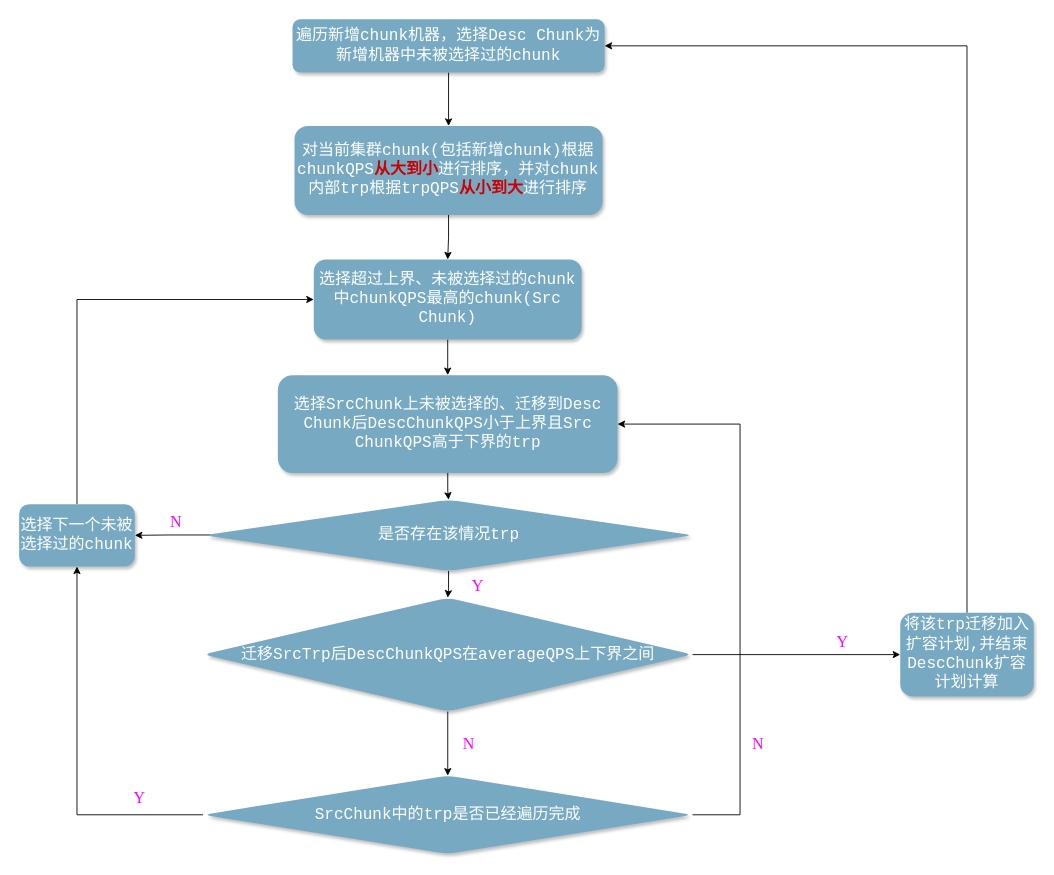
SoraNimi/lbs-master keeps this draw.io diagram as page "TRP扩容New" (4 of 15) of Untitled Diagram.drawio. Above is the earlier version. Source tidied: cells renumbered, new cells numbered last; positions are measured from the earlier drawing's top-left corner, leaving out a move shared by most shapes. Both pictures are drawn from the tidied source at 89%, with x=0, y=0 at pixel (19, 19).
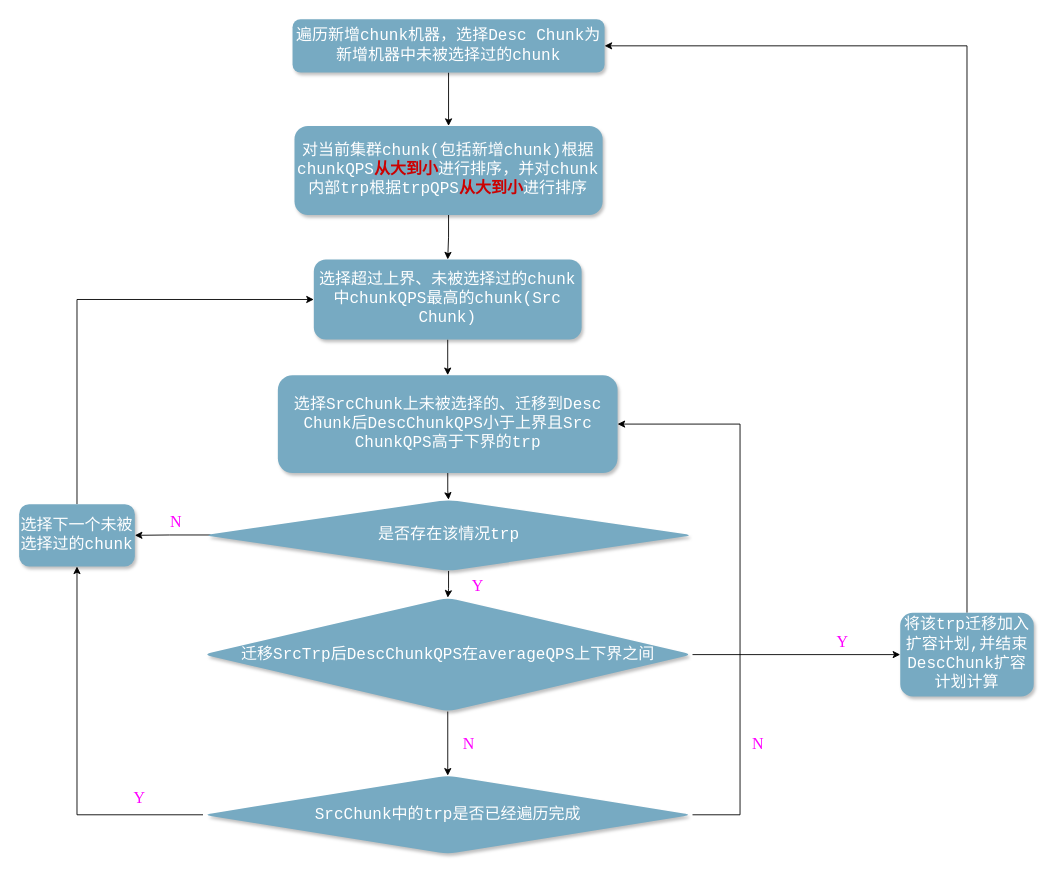
Above is the later version.

The edit, as a diff of the source:
```diff
@@
-    <mxCell id="3" value="&lt;span style=&quot;font-size: 18px&quot;&gt;对当前集群chunk(包括新增chunk)根据chunkQPS&lt;/span&gt;&lt;b style=&quot;font-size: 18px&quot;&gt;&lt;font color=&quot;#cc0000&quot;&gt;从大到小&lt;/font&gt;&lt;/b&gt;&lt;span style=&quot;font-size: 18px&quot;&gt;进行排序，并对chunk内部trp根据trpQPS&lt;/span&gt;&lt;font color=&quot;#cc0000&quot; style=&quot;font-size: 18px&quot;&gt;&lt;b&gt;从小到大&lt;/b&gt;&lt;/font&gt;&lt;span style=&quot;font-size: 18px&quot;&gt;进行排序&lt;/span&gt;" style="rounded=1;whiteSpace=wrap;html=1;fillColor=#77aac2;strokeColor=none;shadow=1;glass=0;comic=0;gradientColor=none;fontFamily=Courier New;fontColor=#FFFFFF;" parent="1" vertex="1">
+    <mxCell id="3" value="&lt;span style=&quot;font-size: 18px&quot;&gt;对当前集群chunk(包括新增chunk)根据chunkQPS&lt;/span&gt;&lt;b style=&quot;font-size: 18px&quot;&gt;&lt;font color=&quot;#cc0000&quot;&gt;从大到小&lt;/font&gt;&lt;/b&gt;&lt;span style=&quot;font-size: 18px&quot;&gt;进行排序，并对chunk内部trp根据trpQPS&lt;/span&gt;&lt;font color=&quot;#cc0000&quot; style=&quot;font-size: 18px&quot;&gt;&lt;b&gt;从大到小&lt;/b&gt;&lt;/font&gt;&lt;span style=&quot;font-size: 18px&quot;&gt;进行排序&lt;/span&gt;" style="rounded=1;whiteSpace=wrap;html=1;fillColor=#77aac2;strokeColor=none;shadow=1;glass=0;comic=0;gradientColor=none;fontFamily=Courier New;fontColor=#FFFFFF;" parent="1" vertex="1">
       <mxGeometry x="309.4" y="120" width="346.2" height="100" as="geometry" />
     </mxCell>
```
